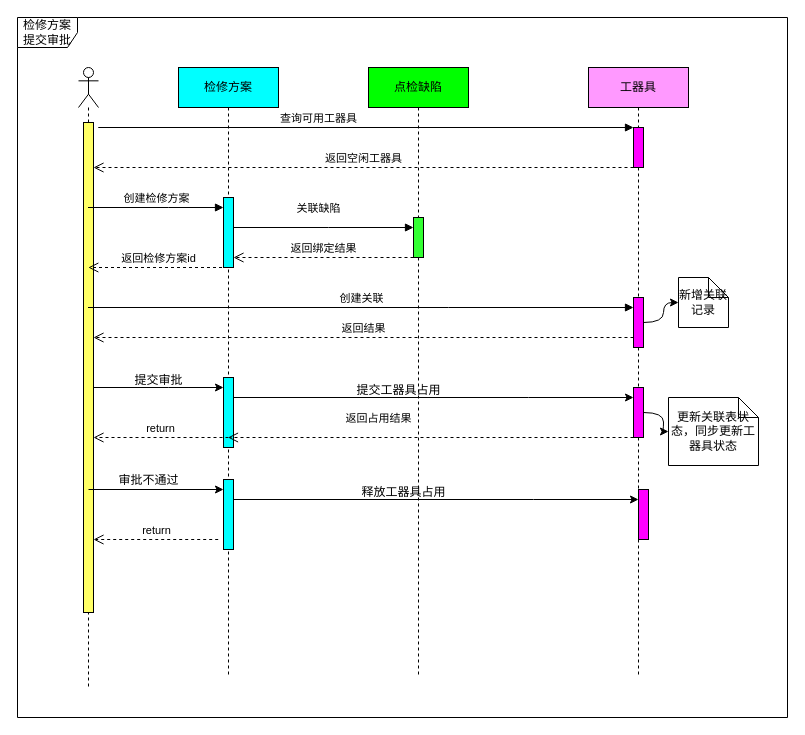
The draw.io diagram 未命名绘图.drawio in chenzhi666/doc, before the edit. Source tidied: cells renumbered, new cells numbered last; positions are measured from the earlier drawing's top-left corner, leaving out a move shared by most shapes. Both pictures are drawn from the tidied source at 100%, with x=0, y=0 at pixel (17, 17).
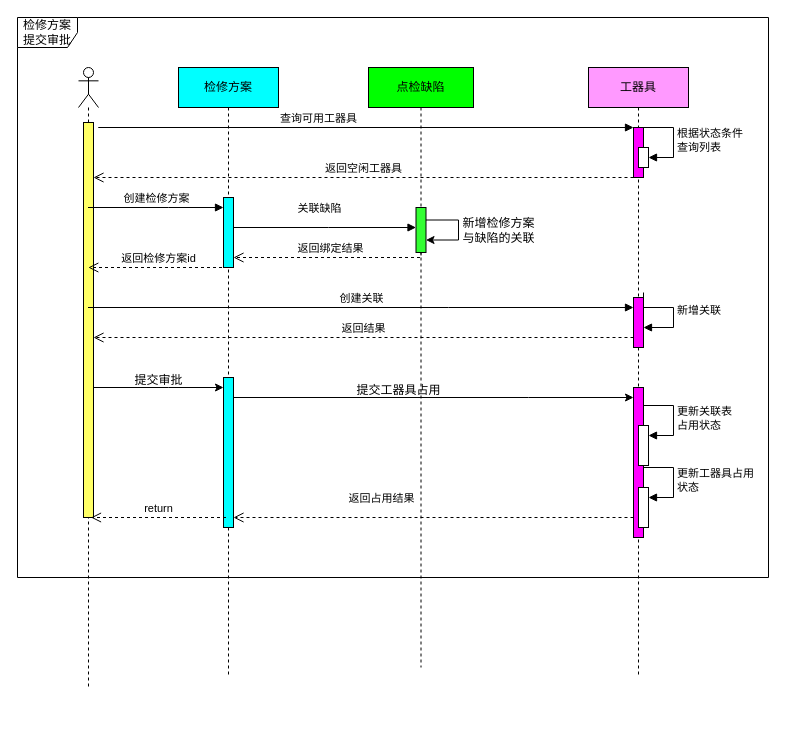
After the change.

Unchanged cells that the change refers to:
```xml
<mxCell id="3" value="检修方案" style="shape=umlLifeline;perimeter=lifelinePerimeter;whiteSpace=wrap;html=1;outlineConnect=0;portConstraint=eastwest;newEdgeStyle={&quot;edgeStyle&quot;:&quot;elbowEdgeStyle&quot;,&quot;elbow&quot;:&quot;vertical&quot;,&quot;curved&quot;:0,&quot;rounded&quot;:0};fillColor=#00FFFF;" parent="1" vertex="1">
  <mxGeometry x="161" y="50" width="100" height="610" as="geometry" />
</mxCell>
<mxCell id="9" value="工器具" style="shape=umlLifeline;perimeter=lifelinePerimeter;whiteSpace=wrap;html=1;newEdgeStyle={&quot;edgeStyle&quot;:&quot;elbowEdgeStyle&quot;,&quot;elbow&quot;:&quot;vertical&quot;,&quot;curved&quot;:0,&quot;rounded&quot;:0};fillColor=#FF99FF;" parent="1" vertex="1">
  <mxGeometry x="571" y="50" width="100" height="610" as="geometry" />
</mxCell>
<mxCell id="12" style="html=1;points=[];perimeter=orthogonalPerimeter;outlineConnect=0;targetShapes=umlLifeline;portConstraint=eastwest;newEdgeStyle={&quot;edgeStyle&quot;:&quot;elbowEdgeStyle&quot;,&quot;elbow&quot;:&quot;vertical&quot;,&quot;curved&quot;:0,&quot;rounded&quot;:0};fillColor=#FF00FF;" parent="9" vertex="1">
  <mxGeometry x="45" y="230" width="10" height="50" as="geometry" />
</mxCell>
<mxCell id="14" style="shape=umlLifeline;perimeter=lifelinePerimeter;whiteSpace=wrap;html=1;outlineConnect=0;portConstraint=eastwest;newEdgeStyle={&quot;edgeStyle&quot;:&quot;elbowEdgeStyle&quot;,&quot;elbow&quot;:&quot;vertical&quot;,&quot;curved&quot;:0,&quot;rounded&quot;:0};participant=umlActor;" parent="1" vertex="1">
  <mxGeometry x="61" y="50" width="20" height="620" as="geometry" />
</mxCell>
```

The edit, as a diff of the source:
```diff
@@
     <mxCell id="2" value="检修方案提交审批" style="shape=umlFrame;whiteSpace=wrap;html=1;" parent="1" vertex="1">
-      <mxGeometry width="770" height="700" as="geometry" />
+      <mxGeometry width="751" height="560" as="geometry" />
     </mxCell>
@@
     <mxCell id="5" style="html=1;points=[];perimeter=orthogonalPerimeter;outlineConnect=0;targetShapes=umlLifeline;portConstraint=eastwest;newEdgeStyle={&quot;edgeStyle&quot;:&quot;elbowEdgeStyle&quot;,&quot;elbow&quot;:&quot;vertical&quot;,&quot;curved&quot;:0,&quot;rounded&quot;:0};fillColor=#00FFFF;" parent="3" vertex="1">
-      <mxGeometry x="45" y="310" width="10" height="70" as="geometry" />
+      <mxGeometry x="45" y="310" width="10" height="150" as="geometry" />
     </mxCell>
-    <mxCell id="6" style="html=1;points=[];perimeter=orthogonalPerimeter;outlineConnect=0;targetShapes=umlLifeline;portConstraint=eastwest;newEdgeStyle={&quot;edgeStyle&quot;:&quot;elbowEdgeStyle&quot;,&quot;elbow&quot;:&quot;vertical&quot;,&quot;curved&quot;:0,&quot;rounded&quot;:0};fillColor=#00FFFF;" parent="3" vertex="1">
-      <mxGeometry x="45" y="412" width="10" height="70" as="geometry" />
-    </mxCell>
     <mxCell id="7" value="点检缺陷" style="shape=umlLifeline;perimeter=lifelinePerimeter;whiteSpace=wrap;html=1;newEdgeStyle={&quot;edgeStyle&quot;:&quot;elbowEdgeStyle&quot;,&quot;elbow&quot;:&quot;vertical&quot;,&quot;curved&quot;:0,&quot;rounded&quot;:0};fillColor=#00FF00;" parent="1" vertex="1">
-      <mxGeometry x="351" y="50" width="100" height="610" as="geometry" />
+      <mxGeometry x="351" y="50" width="105" height="600" as="geometry" />
     </mxCell>
     <mxCell id="8" style="html=1;points=[];perimeter=orthogonalPerimeter;outlineConnect=0;targetShapes=umlLifeline;portConstraint=eastwest;newEdgeStyle={&quot;edgeStyle&quot;:&quot;elbowEdgeStyle&quot;,&quot;elbow&quot;:&quot;vertical&quot;,&quot;curved&quot;:0,&quot;rounded&quot;:0};fillColor=#33FF33;" parent="7" vertex="1">
-      <mxGeometry x="45" y="150" width="10" height="40" as="geometry" />
+      <mxGeometry x="47.5" y="140" width="10" height="45" as="geometry" />
     </mxCell>
+    <mxCell id="39" style="edgeStyle=elbowEdgeStyle;rounded=0;orthogonalLoop=1;jettySize=auto;html=1;elbow=horizontal;curved=0;" parent="7" edge="1" source="8" target="8">
+      <mxGeometry relative="1" as="geometry">
+        <Array as="points">
+          <mxPoint x="90" y="160" />
+        </Array>
+      </mxGeometry>
+    </mxCell>
@@
     <mxCell id="10" style="html=1;points=[];perimeter=orthogonalPerimeter;outlineConnect=0;targetShapes=umlLifeline;portConstraint=eastwest;newEdgeStyle={&quot;edgeStyle&quot;:&quot;elbowEdgeStyle&quot;,&quot;elbow&quot;:&quot;vertical&quot;,&quot;curved&quot;:0,&quot;rounded&quot;:0};fillColor=#FF00FF;" parent="9" vertex="1">
-      <mxGeometry x="45" y="60" width="10" height="40" as="geometry" />
+      <mxGeometry x="45" y="60" width="10" height="50" as="geometry" />
     </mxCell>
@@
     <mxCell id="13" style="html=1;points=[];perimeter=orthogonalPerimeter;outlineConnect=0;targetShapes=umlLifeline;portConstraint=eastwest;newEdgeStyle={&quot;edgeStyle&quot;:&quot;elbowEdgeStyle&quot;,&quot;elbow&quot;:&quot;vertical&quot;,&quot;curved&quot;:0,&quot;rounded&quot;:0};fillColor=#FF00FF;" parent="9" vertex="1">
-      <mxGeometry x="45" y="320" width="10" height="50" as="geometry" />
+      <mxGeometry x="45" y="320" width="10" height="150" as="geometry" />
     </mxCell>
+    <mxCell id="40" value="新增关联" style="html=1;align=left;spacingLeft=2;endArrow=block;rounded=0;edgeStyle=orthogonalEdgeStyle;curved=0;rounded=0;" parent="9" edge="1">
+      <mxGeometry relative="1" as="geometry">
+        <mxPoint x="55" y="225" as="sourcePoint" />
+        <mxPoint x="55" y="260" as="targetPoint" />
+        <Array as="points">
+          <mxPoint x="55" y="240" />
+          <mxPoint x="85" y="240" />
+          <mxPoint x="85" y="260" />
+          <mxPoint x="55" y="260" />
+        </Array>
+      </mxGeometry>
+    </mxCell>
+    <mxCell id="41" style="html=1;points=[];perimeter=orthogonalPerimeter;outlineConnect=0;targetShapes=umlLifeline;portConstraint=eastwest;newEdgeStyle={&quot;edgeStyle&quot;:&quot;elbowEdgeStyle&quot;,&quot;elbow&quot;:&quot;vertical&quot;,&quot;curved&quot;:0,&quot;rounded&quot;:0};" parent="9" vertex="1">
+      <mxGeometry x="50" y="358" width="10" height="40" as="geometry" />
+    </mxCell>
+    <mxCell id="42" value="更新关联表&lt;br&gt;占用状态" style="html=1;align=left;spacingLeft=2;endArrow=block;rounded=0;edgeStyle=orthogonalEdgeStyle;curved=0;rounded=0;" parent="9" edge="1" target="41">
+      <mxGeometry x="0.01" relative="1" as="geometry">
+        <mxPoint x="55" y="338" as="sourcePoint" />
+        <Array as="points">
+          <mxPoint x="85" y="368" />
+        </Array>
+      </mxGeometry>
+    </mxCell>
+    <mxCell id="43" style="html=1;points=[];perimeter=orthogonalPerimeter;outlineConnect=0;targetShapes=umlLifeline;portConstraint=eastwest;newEdgeStyle={&quot;edgeStyle&quot;:&quot;elbowEdgeStyle&quot;,&quot;elbow&quot;:&quot;vertical&quot;,&quot;curved&quot;:0,&quot;rounded&quot;:0};" parent="9" vertex="1">
+      <mxGeometry x="50" y="420" width="10" height="40" as="geometry" />
+    </mxCell>
+    <mxCell id="44" value="更新工器具占用&lt;br&gt;状态" style="html=1;align=left;spacingLeft=2;endArrow=block;rounded=0;edgeStyle=orthogonalEdgeStyle;curved=0;rounded=0;" parent="9" edge="1" target="43">
+      <mxGeometry x="0.01" relative="1" as="geometry">
+        <mxPoint x="55" y="400" as="sourcePoint" />
+        <Array as="points">
+          <mxPoint x="85" y="430" />
+        </Array>
+      </mxGeometry>
+    </mxCell>
+    <mxCell id="45" style="html=1;points=[];perimeter=orthogonalPerimeter;outlineConnect=0;targetShapes=umlLifeline;portConstraint=eastwest;newEdgeStyle={&quot;edgeStyle&quot;:&quot;elbowEdgeStyle&quot;,&quot;elbow&quot;:&quot;vertical&quot;,&quot;curved&quot;:0,&quot;rounded&quot;:0};" parent="9" vertex="1">
+      <mxGeometry x="50" y="80" width="10" height="20" as="geometry" />
+    </mxCell>
+    <mxCell id="46" value="根据状态条件&lt;br&gt;查询列表" style="html=1;align=left;spacingLeft=2;endArrow=block;rounded=0;edgeStyle=orthogonalEdgeStyle;curved=0;rounded=0;" parent="9" edge="1" target="45">
+      <mxGeometry x="0.01" relative="1" as="geometry">
+        <mxPoint x="55" y="60" as="sourcePoint" />
+        <Array as="points">
+          <mxPoint x="85" y="90" />
+        </Array>
+      </mxGeometry>
+    </mxCell>
@@
     <mxCell id="15" style="html=1;points=[];perimeter=orthogonalPerimeter;outlineConnect=0;targetShapes=umlLifeline;portConstraint=eastwest;newEdgeStyle={&quot;edgeStyle&quot;:&quot;elbowEdgeStyle&quot;,&quot;elbow&quot;:&quot;vertical&quot;,&quot;curved&quot;:0,&quot;rounded&quot;:0};fillColor=#FFFF66;" parent="14" vertex="1">
-      <mxGeometry x="5" y="55" width="10" height="490" as="geometry" />
+      <mxGeometry x="5" y="55" width="10" height="395" as="geometry" />
     </mxCell>
     <mxCell id="16" value="返回空闲工器具" style="html=1;verticalAlign=bottom;endArrow=open;dashed=1;endSize=8;edgeStyle=elbowEdgeStyle;elbow=vertical;curved=0;rounded=0;" parent="1" edge="1" source="10" target="15">
       <mxGeometry relative="1" as="geometry">
         <Array as="points">
+          <mxPoint x="441" y="160" />
           <mxPoint x="581" y="150" />
           <mxPoint x="621" y="160" />
         </Array>
       </mxGeometry>
     </mxCell>
@@
-    <mxCell id="27" value="返回占用结果" style="html=1;verticalAlign=bottom;endArrow=open;dashed=1;endSize=8;edgeStyle=elbowEdgeStyle;elbow=vertical;curved=0;rounded=0;" parent="1" edge="1" source="13" target="3">
+    <mxCell id="27" value="返回占用结果" style="html=1;verticalAlign=bottom;endArrow=open;dashed=1;endSize=8;edgeStyle=elbowEdgeStyle;elbow=vertical;curved=0;rounded=0;" parent="1" edge="1" source="13" target="5">
       <mxGeometry x="0.26" y="-10" relative="1" as="geometry">
         <Array as="points">
+          <mxPoint x="381" y="500" />
           <mxPoint x="431" y="420" />
         </Array>
       </mxGeometry>
     </mxCell>
-    <mxCell id="28" value="更新关联表状态，同步更新工器具状态" style="shape=note;size=20;whiteSpace=wrap;html=1;" parent="1" vertex="1">
-      <mxGeometry x="651" y="380" width="90" height="68" as="geometry" />
-    </mxCell>
-    <mxCell id="29" style="edgeStyle=orthogonalEdgeStyle;rounded=0;jettySize=auto;html=1;elbow=vertical;curved=1;entryX=0;entryY=0.5;entryDx=0;entryDy=0;entryPerimeter=0;" parent="1" edge="1" source="13" target="28">
-      <mxGeometry relative="1" as="geometry" />
-    </mxCell>
-    <mxCell id="30" value="新增关联记录" style="shape=note;size=20;whiteSpace=wrap;html=1;" parent="1" vertex="1">
-      <mxGeometry x="661" y="260" width="50" height="50" as="geometry" />
-    </mxCell>
-    <mxCell id="31" style="edgeStyle=orthogonalEdgeStyle;rounded=0;jettySize=auto;html=1;elbow=vertical;curved=1;entryX=0;entryY=0.5;entryDx=0;entryDy=0;entryPerimeter=0;" parent="1" edge="1" source="12" target="30">
-      <mxGeometry relative="1" as="geometry" />
-    </mxCell>
-    <mxCell id="32" style="html=1;points=[];perimeter=orthogonalPerimeter;outlineConnect=0;targetShapes=umlLifeline;portConstraint=eastwest;newEdgeStyle={&quot;edgeStyle&quot;:&quot;elbowEdgeStyle&quot;,&quot;elbow&quot;:&quot;vertical&quot;,&quot;curved&quot;:0,&quot;rounded&quot;:0};fillColor=#FF00FF;" parent="1" vertex="1">
-      <mxGeometry x="621" y="472" width="10" height="50" as="geometry" />
-    </mxCell>
-    <mxCell id="33" style="edgeStyle=elbowEdgeStyle;rounded=0;jettySize=auto;html=1;elbow=vertical;curved=0;exitX=0.5;exitY=0.749;exitDx=0;exitDy=0;exitPerimeter=0;" parent="1" edge="1" source="15" target="6">
-      <mxGeometry relative="1" as="geometry">
-        <Array as="points">
-          <mxPoint x="156" y="472" />
-        </Array>
-      </mxGeometry>
-    </mxCell>
-    <mxCell id="34" style="edgeStyle=elbowEdgeStyle;rounded=0;jettySize=auto;html=1;elbow=vertical;curved=0;" parent="1" edge="1" source="6" target="32">
-      <mxGeometry relative="1" as="geometry">
-        <Array as="points">
-          <mxPoint x="516" y="482" />
-        </Array>
-      </mxGeometry>
-    </mxCell>
-    <mxCell id="35" value="释放工器具占用" style="text;html=1;align=center;verticalAlign=middle;strokeColor=none;fillColor=none;" parent="1" vertex="1">
-      <mxGeometry x="331" y="460" width="110" height="30" as="geometry" />
-    </mxCell>
-    <mxCell id="36" value="return" style="html=1;verticalAlign=bottom;endArrow=open;dashed=1;endSize=8;edgeStyle=elbowEdgeStyle;elbow=vertical;curved=0;rounded=0;" parent="1" edge="1" target="15">
+    <mxCell id="36" value="return" style="html=1;verticalAlign=bottom;endArrow=open;dashed=1;endSize=8;edgeStyle=elbowEdgeStyle;elbow=vertical;curved=0;rounded=0;" parent="1" edge="1">
       <mxGeometry relative="1" as="geometry">
-        <mxPoint x="211" y="420" as="sourcePoint" />
+        <mxPoint x="208.5" y="500" as="sourcePoint" />
+        <mxPoint x="73.5" y="500.3" as="targetPoint" />
       </mxGeometry>
     </mxCell>
-    <mxCell id="37" value="return" style="html=1;verticalAlign=bottom;endArrow=open;dashed=1;endSize=8;edgeStyle=elbowEdgeStyle;elbow=vertical;curved=0;rounded=0;" parent="1" edge="1" target="15">
-      <mxGeometry relative="1" as="geometry">
-        <mxPoint x="200.7" y="522" as="sourcePoint" />
-      </mxGeometry>
-    </mxCell>
-    <mxCell id="38" value="审批不通过" style="text;html=1;align=center;verticalAlign=middle;strokeColor=none;fillColor=none;" parent="1" vertex="1">
-      <mxGeometry x="91" y="448" width="80" height="30" as="geometry" />
-    </mxCell>
+    <mxCell id="47" value="新增检修方案&lt;br&gt;与缺陷的关联" style="text;html=1;align=center;verticalAlign=middle;strokeColor=none;fillColor=none;" parent="1" vertex="1">
+      <mxGeometry x="431" y="193" width="100" height="40" as="geometry" />
+    </mxCell>
```
